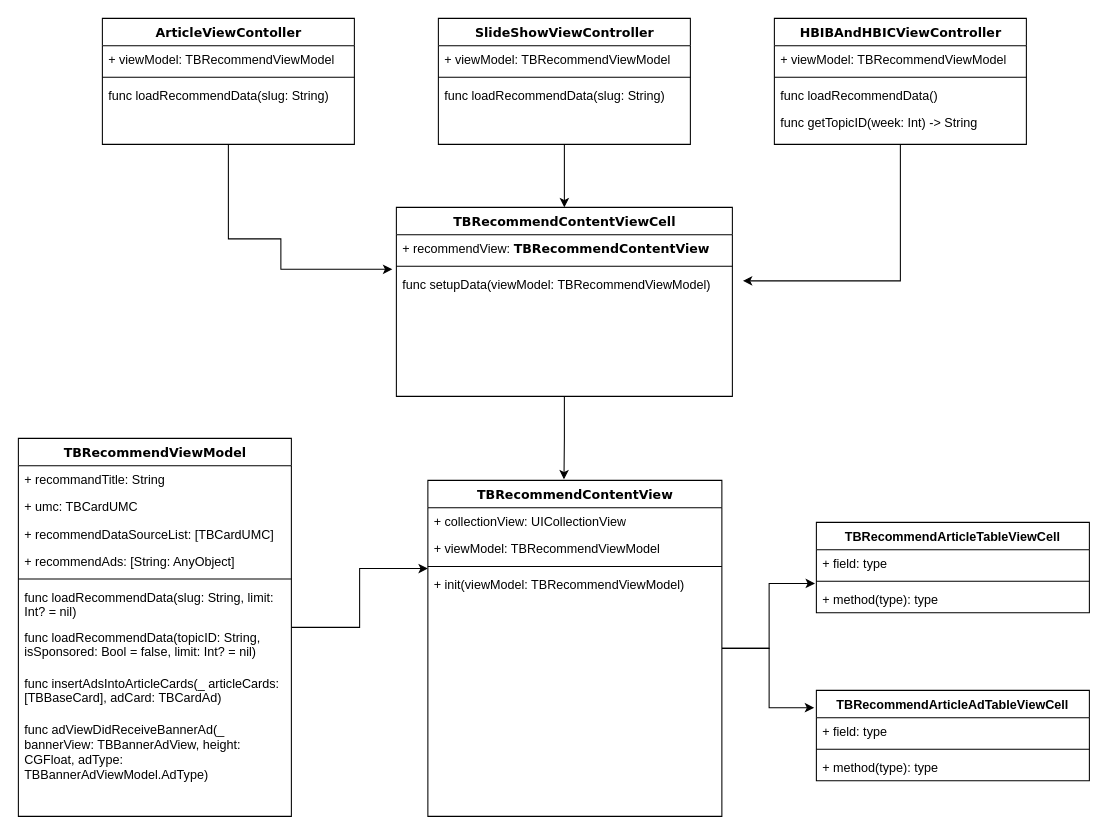
This is Untitled Diagram.drawio from Jovins/RefactorUML, a draw.io file, before an edit. Source tidied: cells renumbered, new cells numbered last; positions are measured from the earlier drawing's top-left corner, leaving out a move shared by most shapes. Both pictures are drawn from the tidied source at 105%, with x=0, y=0 at pixel (18, 18).
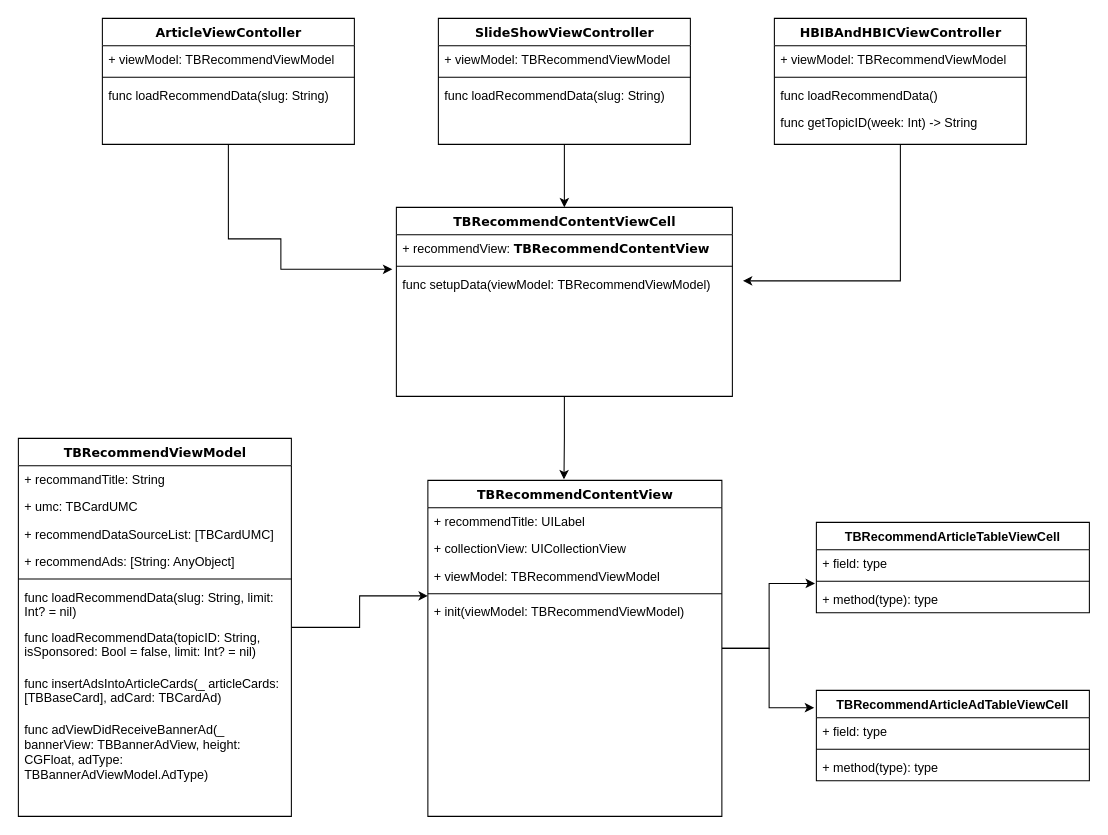
The same diagram, later.

The change refers to these unchanged cells:
```xml
<mxCell id="31" value="TBRecommendContentView" style="swimlane;html=1;fontStyle=1;align=center;verticalAlign=top;horizontal=1;startSize=26;swimlaneFillColor=#ffffff;rounded=0;shadow=0;comic=0;labelBackgroundColor=none;strokeWidth=1;fillColor=none;fontFamily=Verdana;fontSize=12;" parent="1" vertex="1">
  <mxGeometry x="390" y="440" width="280" height="320" as="geometry" />
</mxCell>
```

Change to the diagram source:
```diff
@@
-    <mxCell id="32" value="+ collectionView: UICollectionView" style="text;html=1;strokeColor=none;fillColor=none;align=left;verticalAlign=top;spacingLeft=4;spacingRight=4;whiteSpace=wrap;overflow=hidden;" parent="31" vertex="1">
+    <mxCell id="32" value="+ recommendTitle: UILabel" style="text;html=1;strokeColor=none;fillColor=none;align=left;verticalAlign=top;spacingLeft=4;spacingRight=4;whiteSpace=wrap;overflow=hidden;" parent="31" vertex="1">
       <mxGeometry y="26" width="280" height="26" as="geometry" />
     </mxCell>
+    <mxCell id="49" value="+ collectionView: UICollectionView" style="text;html=1;strokeColor=none;fillColor=none;align=left;verticalAlign=top;spacingLeft=4;spacingRight=4;whiteSpace=wrap;overflow=hidden;" parent="31" vertex="1">
+      <mxGeometry y="52" width="280" height="26" as="geometry" />
+    </mxCell>
     <mxCell id="33" value="+ viewModel: TBRecommendViewModel" style="text;html=1;strokeColor=none;fillColor=none;align=left;verticalAlign=top;spacingLeft=4;spacingRight=4;whiteSpace=wrap;overflow=hidden;" parent="31" vertex="1">
-      <mxGeometry y="52" width="280" height="26" as="geometry" />
+      <mxGeometry y="78" width="280" height="26" as="geometry" />
     </mxCell>
     <mxCell id="34" style="line;html=1;strokeWidth=1;fillColor=none;align=left;verticalAlign=middle;spacingTop=-1;spacingLeft=3;spacingRight=3;labelPosition=right;points=[];portConstraint=eastwest;" parent="31" vertex="1">
-      <mxGeometry y="78" width="280" height="8" as="geometry" />
+      <mxGeometry y="104" width="280" height="8" as="geometry" />
     </mxCell>
     <mxCell id="35" value="+ init(viewModel: TBRecommendViewModel)" style="text;html=1;strokeColor=none;fillColor=none;align=left;verticalAlign=top;spacingLeft=4;spacingRight=4;whiteSpace=wrap;overflow=hidden;" parent="31" vertex="1">
-      <mxGeometry y="86" width="280" height="26" as="geometry" />
+      <mxGeometry y="112" width="280" height="26" as="geometry" />
     </mxCell>
```
